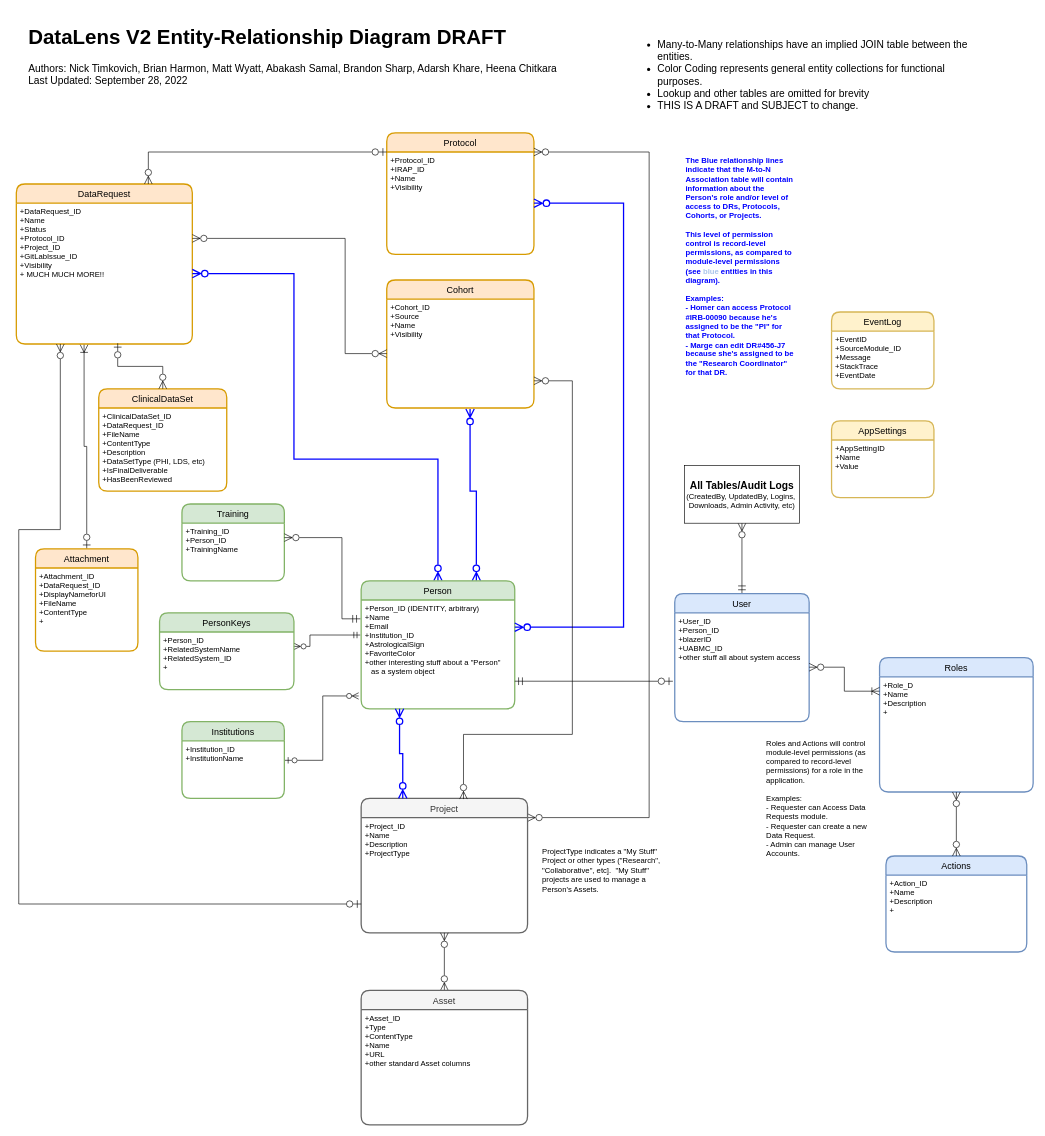
ntimkovich/UAB-II-Diagrams keeps this draw.io diagram as DataLens V2 Team ERD.drawio. Above is the earlier version. Source tidied: cells renumbered, new cells numbered last; positions are measured from the earlier drawing's top-left corner, leaving out a move shared by most shapes. Both pictures are drawn from the tidied source at 64%, with x=0, y=0 at pixel (16, 17).
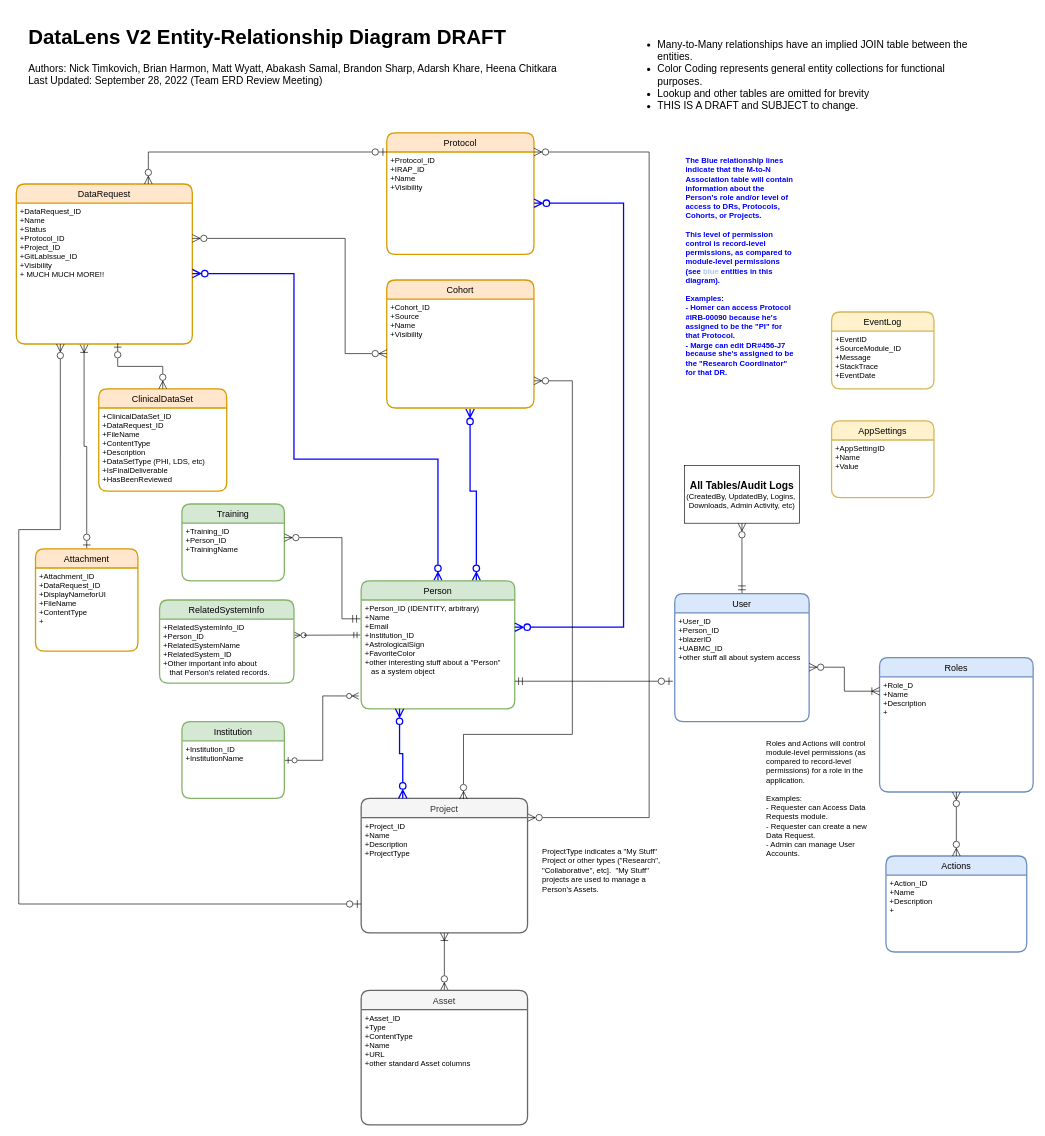
Above is the later version.

The change refers to these unchanged cells:
```xml
<mxCell id="11" value="+Person_ID (IDENTITY, arbitrary)&#10;+Name&#10;+Email&#10;+Institution_ID&#10;+AstrologicalSign&#10;+FavoriteColor&#10;+other interesting stuff about a &quot;Person&quot; &#10;   as a system object" style="align=left;strokeColor=none;fillColor=none;spacingLeft=4;fontSize=12;verticalAlign=top;" parent="10" vertex="1">
  <mxGeometry y="30" width="240" height="170" as="geometry" />
</mxCell>
<mxCell id="17" value="+Project_ID&#10;+Name&#10;+Description&#10;+ProjectType" style="align=left;strokeColor=none;fillColor=none;spacingLeft=4;fontSize=12;verticalAlign=top;" parent="16" vertex="1">
  <mxGeometry y="30" width="260" height="180" as="geometry" />
</mxCell>
<mxCell id="22" value="Asset" style="swimlane;horizontal=1;startSize=30;rounded=1;fontSize=14;fontStyle=0;strokeWidth=2;shadow=0;dashed=0;align=center;fillColor=#f5f5f5;strokeColor=#666666;fontColor=#333333;" parent="1" vertex="1">
  <mxGeometry x="538.8" y="1520" width="260" height="210" as="geometry" />
</mxCell>
```

Diff of the diagram source:
```diff
@@
-    <mxCell id="21" style="edgeStyle=orthogonalEdgeStyle;rounded=0;jettySize=auto;html=1;exitX=0.5;exitY=0;exitDx=0;exitDy=0;startArrow=ERzeroToMany;startFill=0;endArrow=ERzeroToMany;endFill=0;entryX=0.5;entryY=1;entryDx=0;entryDy=0;endSize=10;startSize=10;" parent="1" edge="1" source="22" target="17">
+    <mxCell id="21" style="edgeStyle=orthogonalEdgeStyle;rounded=0;jettySize=auto;html=1;exitX=0.5;exitY=0;exitDx=0;exitDy=0;startArrow=ERzeroToMany;startFill=0;endArrow=ERoneToMany;endFill=0;entryX=0.5;entryY=1;entryDx=0;entryDy=0;endSize=10;startSize=10;" parent="1" edge="1" source="22" target="17">
       <mxGeometry relative="1" as="geometry" />
     </mxCell>
@@
-    <mxCell id="36" value="Institutions" style="swimlane;horizontal=1;startSize=30;rounded=1;fontSize=14;fontStyle=0;strokeWidth=2;shadow=0;dashed=0;align=center;fillColor=#d5e8d4;strokeColor=#82b366;" parent="1" vertex="1">
+    <mxCell id="36" value="Institution" style="swimlane;horizontal=1;startSize=30;rounded=1;fontSize=14;fontStyle=0;strokeWidth=2;shadow=0;dashed=0;align=center;fillColor=#d5e8d4;strokeColor=#82b366;" parent="1" vertex="1">
       <mxGeometry x="258.8" y="1100" width="160" height="120" as="geometry" />
     </mxCell>
@@
     <mxCell id="42" style="edgeStyle=orthogonalEdgeStyle;rounded=0;jettySize=auto;html=1;entryX=-0.006;entryY=0.322;entryDx=0;entryDy=0;entryPerimeter=0;startArrow=ERzeroToMany;startFill=0;endArrow=ERmandOne;endFill=0;exitX=1;exitY=0.25;exitDx=0;exitDy=0;endSize=8;startSize=8;" parent="1" edge="1" source="44" target="11">
       <mxGeometry relative="1" as="geometry">
         <Array as="points">
-          <mxPoint x="458.8" y="983" />
-          <mxPoint x="458.8" y="965" />
+          <mxPoint x="450" y="965" />
+          <mxPoint x="450" y="965" />
         </Array>
       </mxGeometry>
     </mxCell>
-    <mxCell id="43" value="PersonKeys" style="swimlane;horizontal=1;startSize=30;rounded=1;fontSize=14;fontStyle=0;strokeWidth=2;shadow=0;dashed=0;align=center;fillColor=#d5e8d4;strokeColor=#82b366;" parent="1" vertex="1">
-      <mxGeometry x="223.8" y="930" width="210" height="120" as="geometry" />
+    <mxCell id="43" value="RelatedSystemInfo" style="swimlane;horizontal=1;startSize=30;rounded=1;fontSize=14;fontStyle=0;strokeWidth=2;shadow=0;dashed=0;align=center;fillColor=#d5e8d4;strokeColor=#82b366;" parent="1" vertex="1">
+      <mxGeometry x="223.8" y="910" width="210" height="130" as="geometry" />
     </mxCell>
-    <mxCell id="44" value="+Person_ID&#10;+RelatedSystemName&#10;+RelatedSystem_ID&#10;+" style="align=left;strokeColor=none;fillColor=none;spacingLeft=4;fontSize=12;verticalAlign=top;" parent="43" vertex="1">
-      <mxGeometry y="30" width="210" height="90" as="geometry" />
+    <mxCell id="44" value="+RelatedSystemInfo_ID&#10;+Person_ID&#10;+RelatedSystemName&#10;+RelatedSystem_ID&#10;+Other important info about &#10;   that Person's related records." style="align=left;strokeColor=none;fillColor=none;spacingLeft=4;fontSize=12;verticalAlign=top;" parent="43" vertex="1">
+      <mxGeometry y="30" width="210" height="100" as="geometry" />
     </mxCell>
@@
-    <mxCell id="51" value="&lt;h1&gt;DataLens V2 Entity-Relationship Diagram DRAFT&lt;/h1&gt;&lt;p&gt;Authors: Nick Timkovich, Brian Harmon, Matt Wyatt, Abakash Samal, Brandon Sharp, Adarsh Khare, Heena Chitkara&lt;br&gt;Last Updated: September 28, 2022&lt;/p&gt;" style="text;html=1;strokeColor=none;fillColor=none;spacing=5;spacingTop=-20;whiteSpace=wrap;overflow=hidden;rounded=0;fontSize=16;" parent="1" vertex="1">
+    <mxCell id="51" value="&lt;h1&gt;DataLens V2 Entity-Relationship Diagram DRAFT&lt;/h1&gt;&lt;p&gt;Authors: Nick Timkovich, Brian Harmon, Matt Wyatt, Abakash Samal, Brandon Sharp, Adarsh Khare, Heena Chitkara&lt;br&gt;Last Updated: September 28, 2022 (Team ERD Review Meeting)&lt;/p&gt;" style="text;html=1;strokeColor=none;fillColor=none;spacing=5;spacingTop=-20;whiteSpace=wrap;overflow=hidden;rounded=0;fontSize=16;" parent="1" vertex="1">
       <mxGeometry x="13.8" width="876.2" height="120" as="geometry" />
     </mxCell>
```
